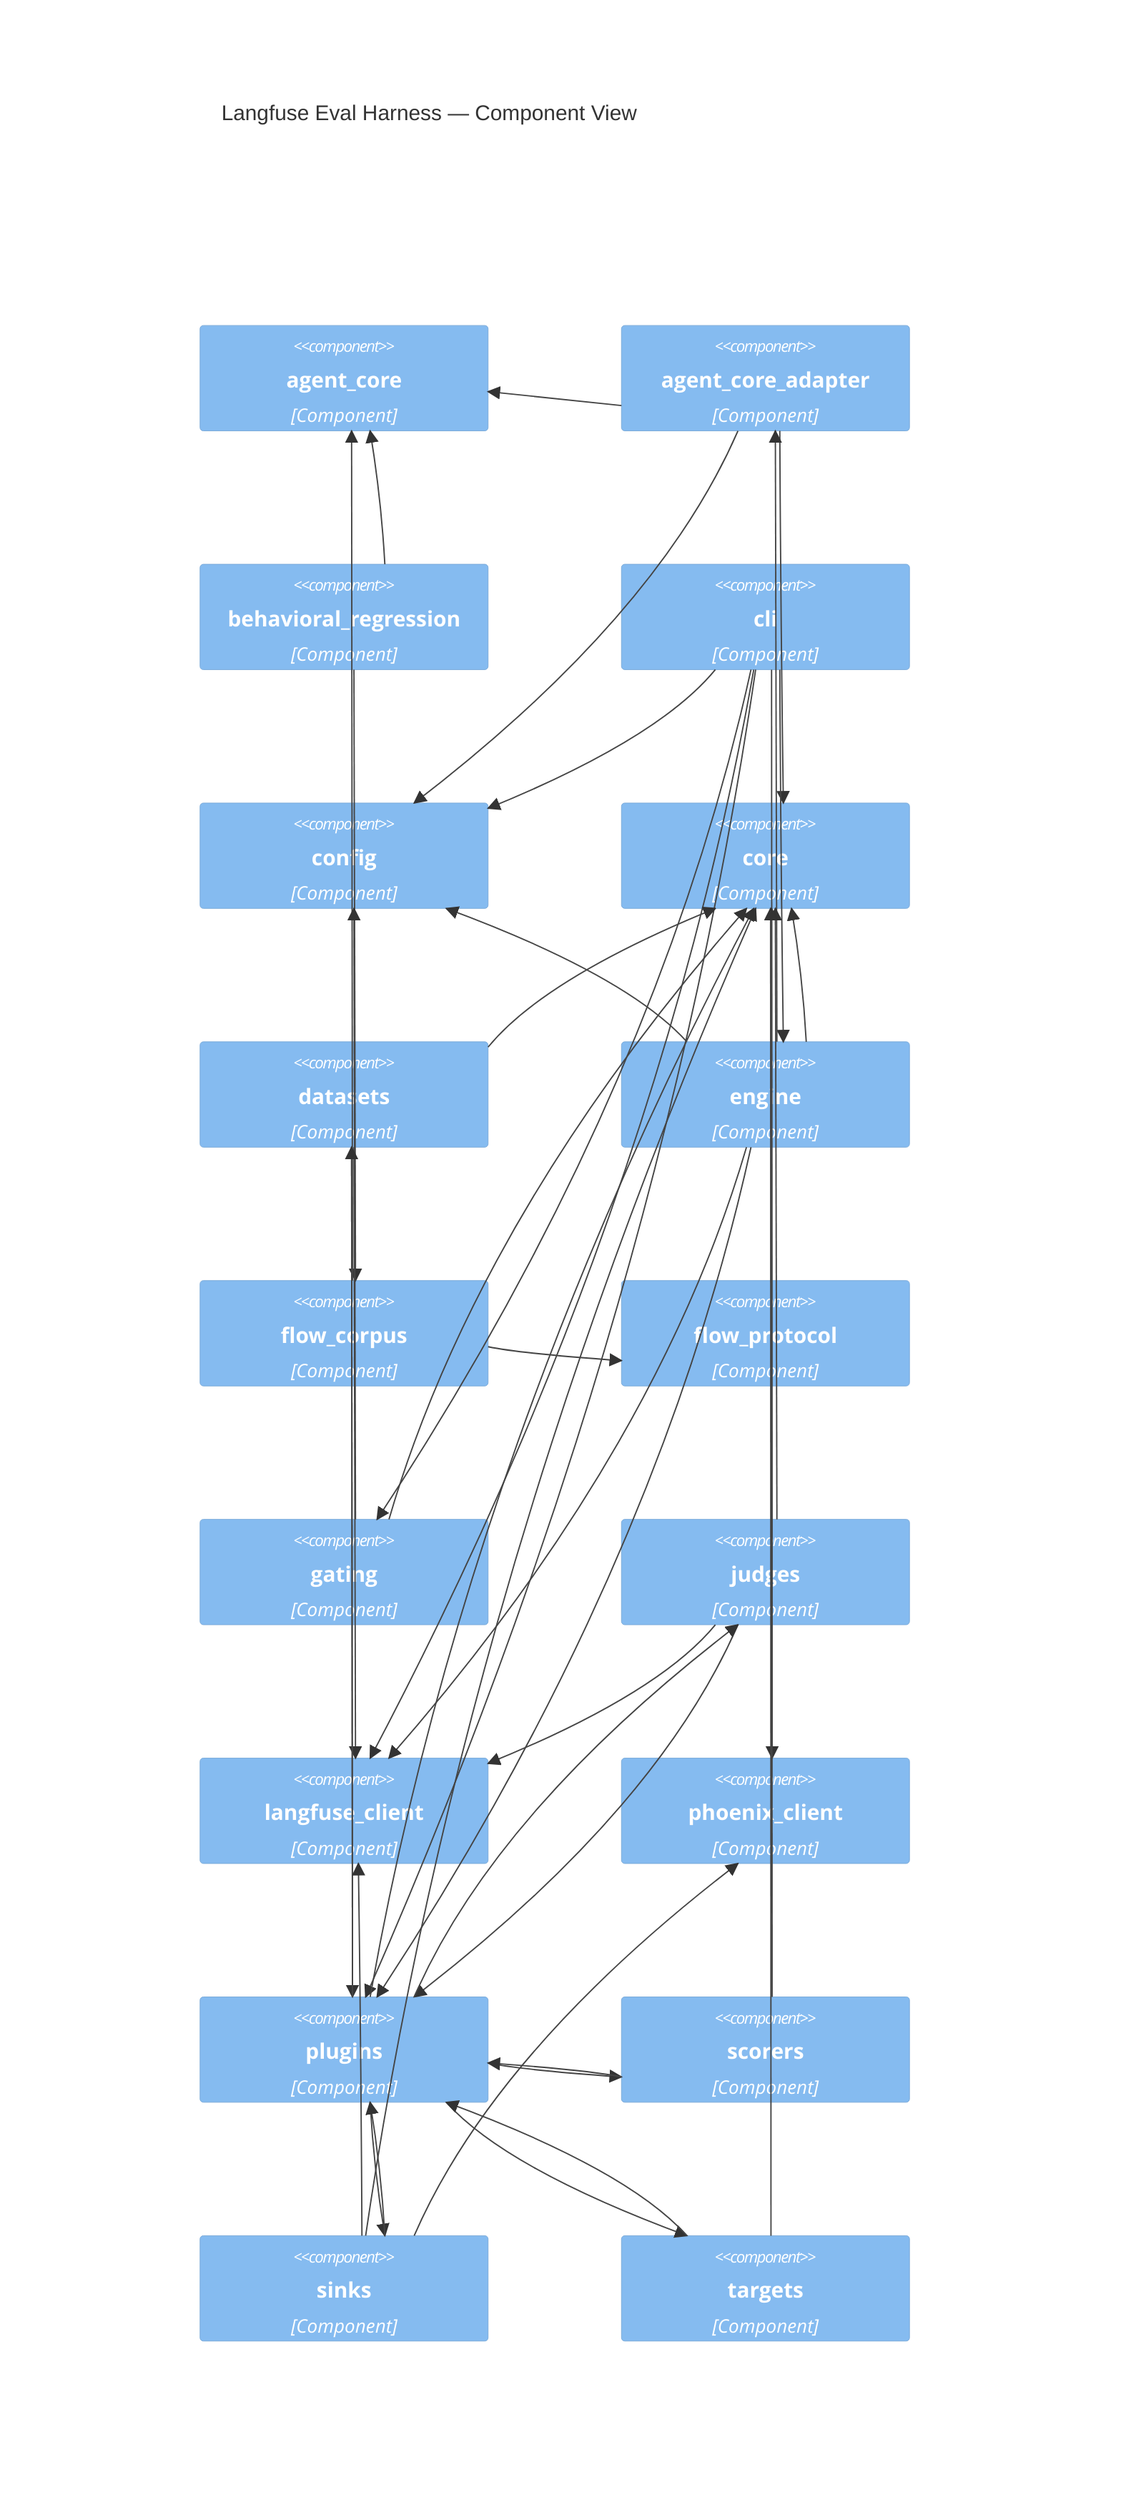
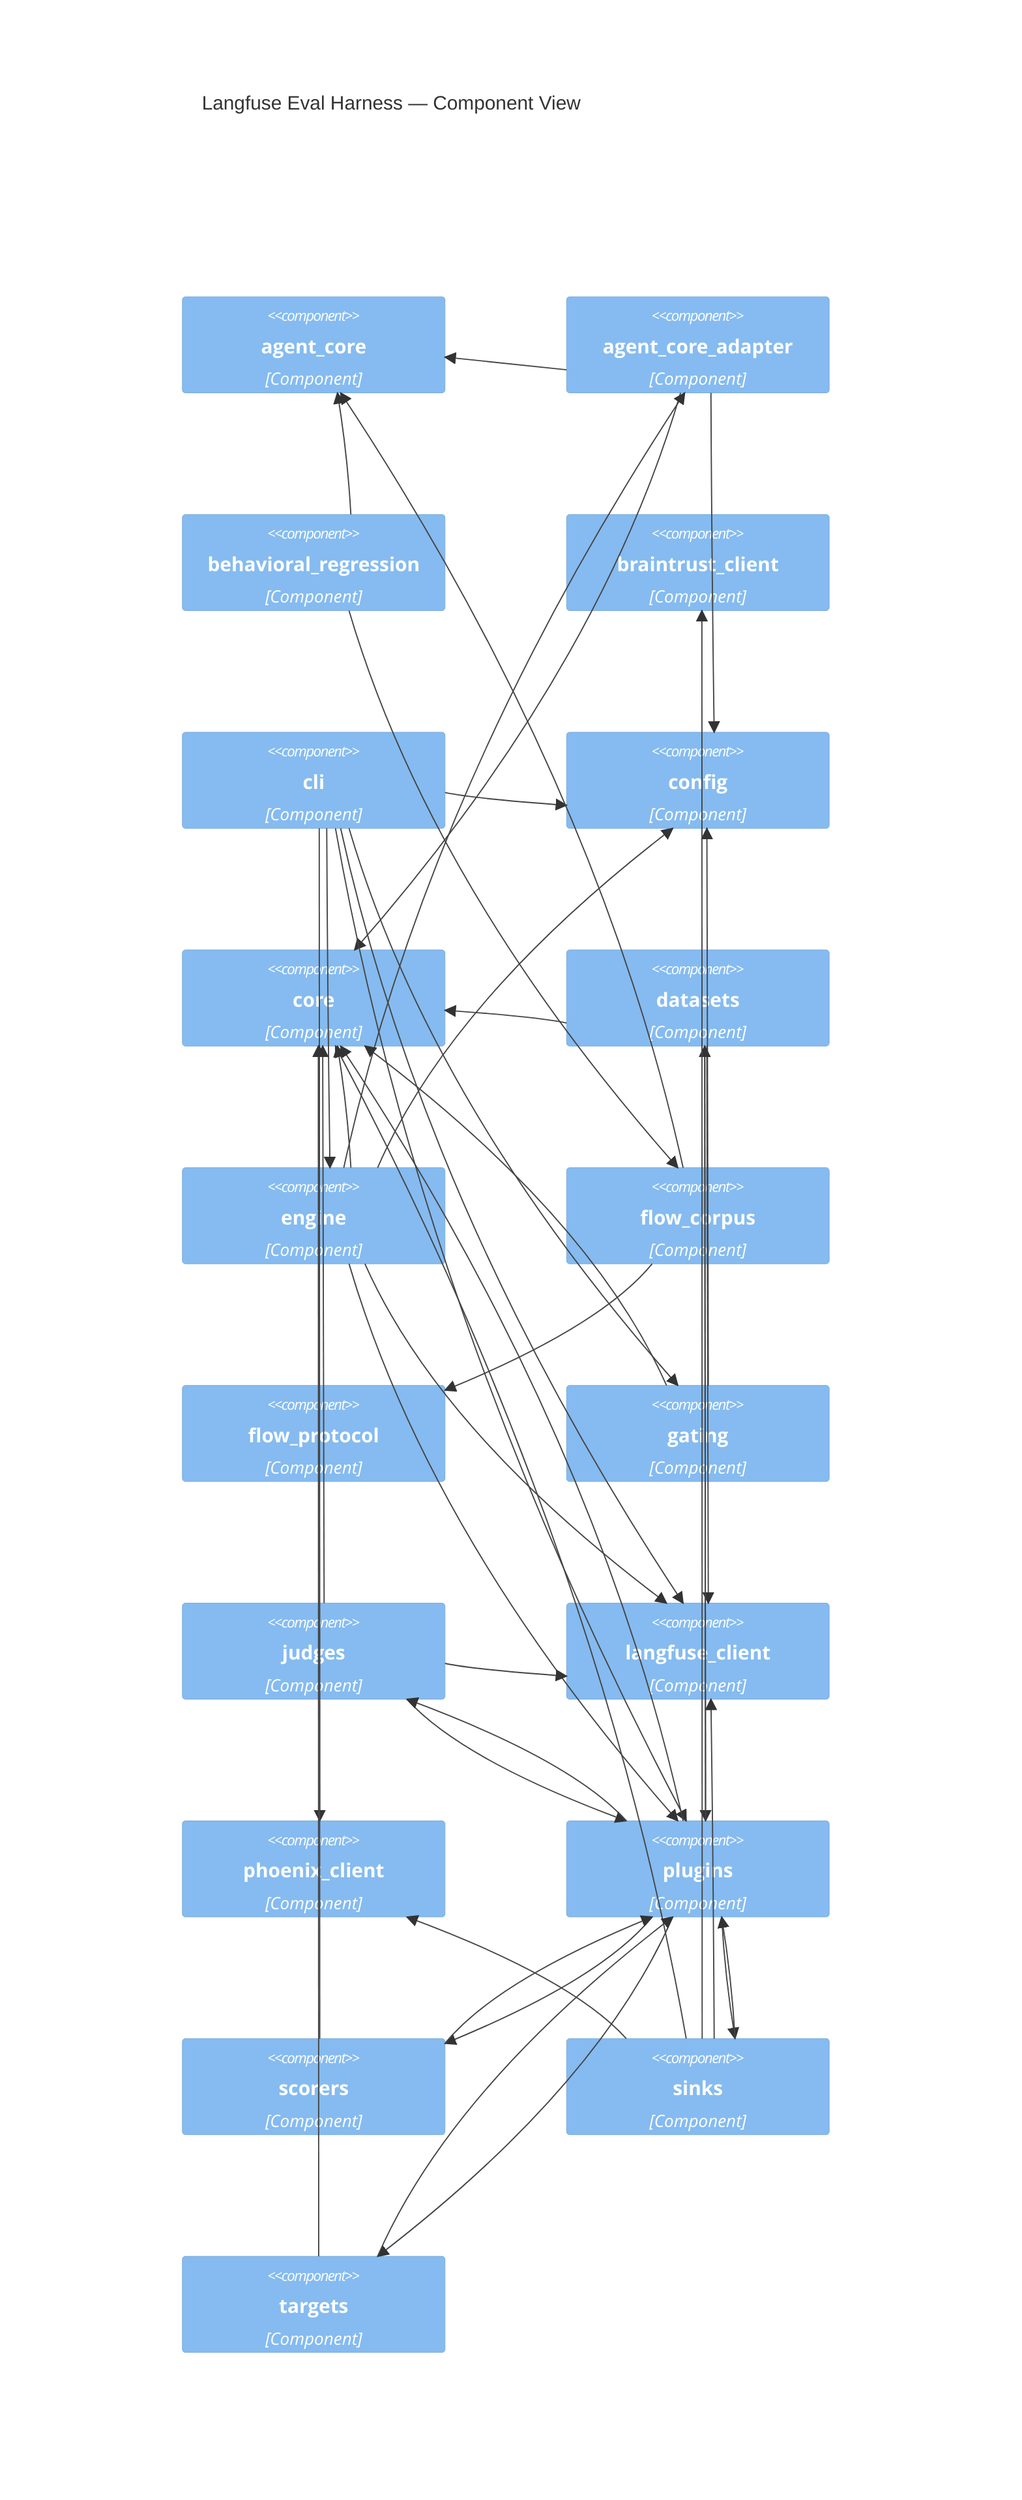
C4Component
    title Langfuse Eval Harness — Component View

    Component(agent_core, "agent_core", "Component")
    Component(agent_core_adapter, "agent_core_adapter", "Component")
    Component(behavioral_regression, "behavioral_regression", "Component")
+     Component(braintrust_client, "braintrust_client", "Component")
    Component(cli, "cli", "Component")
    Component(config, "config", "Component")
    Component(core, "core", "Component")
    Component(datasets, "datasets", "Component")
    Component(engine, "engine", "Component")
    Component(flow_corpus, "flow_corpus", "Component")
    Component(flow_protocol, "flow_protocol", "Component")
    Component(gating, "gating", "Component")
    Component(judges, "judges", "Component")
    Component(langfuse_client, "langfuse_client", "Component")
    Component(phoenix_client, "phoenix_client", "Component")
    Component(plugins, "plugins", "Component")
    Component(scorers, "scorers", "Component")
    Component(sinks, "sinks", "Component")
    Component(targets, "targets", "Component")

    Rel(agent_core_adapter, agent_core, "")
    Rel(agent_core_adapter, config, "")
    Rel(agent_core_adapter, core, "")
    Rel(behavioral_regression, agent_core, "")
    Rel(behavioral_regression, flow_corpus, "")
    Rel(cli, config, "")
    Rel(cli, engine, "")
    Rel(cli, gating, "")
    Rel(cli, langfuse_client, "")
    Rel(cli, phoenix_client, "")
    Rel(cli, plugins, "")
    Rel(datasets, core, "")
    Rel(datasets, langfuse_client, "")
    Rel(datasets, plugins, "")
    Rel(engine, agent_core_adapter, "")
    Rel(engine, config, "")
    Rel(engine, core, "")
    Rel(engine, langfuse_client, "")
    Rel(engine, plugins, "")
    Rel(flow_corpus, agent_core, "")
    Rel(flow_corpus, flow_protocol, "")
    Rel(gating, config, "")
    Rel(gating, core, "")
    Rel(judges, core, "")
    Rel(judges, langfuse_client, "")
    Rel(judges, plugins, "")
    Rel(plugins, core, "")
    Rel(plugins, datasets, "")
    Rel(plugins, judges, "")
    Rel(plugins, scorers, "")
    Rel(plugins, sinks, "")
    Rel(plugins, targets, "")
    Rel(scorers, core, "")
    Rel(scorers, plugins, "")
+     Rel(sinks, braintrust_client, "")
    Rel(sinks, core, "")
    Rel(sinks, langfuse_client, "")
    Rel(sinks, phoenix_client, "")
    Rel(sinks, plugins, "")
    Rel(targets, core, "")
    Rel(targets, plugins, "")
